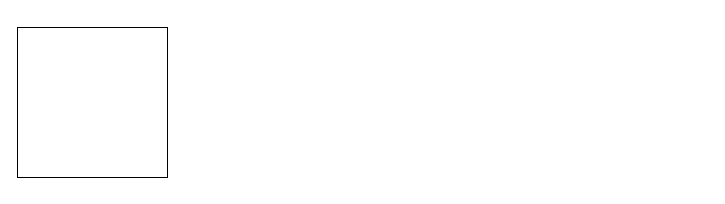
Above: TRINDED-DIAGS.drawio in khaledmo99/Cypress-05 (draw.io), before the change. Source tidied: cells renumbered, new cells numbered last; positions are measured from the earlier drawing's top-left corner, leaving out a move shared by most shapes. Both pictures are drawn from the tidied source at 100%, with x=0, y=0 at pixel (17, 27).
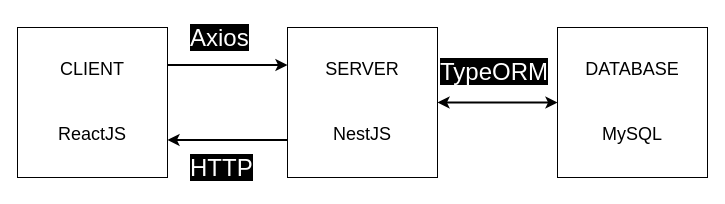
After the change.

Commit message (it also covers changes not shown here):
Mettre à jour TRINDED-DIAGS.drawio

The edit, as a diff of the source:
```diff
@@
 <mxGraphModel>
   <root>
     <mxCell id="0" />
     <mxCell id="1" parent="0" />
-    <mxCell id="2" style="whiteSpace=wrap;html=1;" parent="1" vertex="1">
+    <mxCell id="2" value="&lt;font style=&quot;font-size: 18px;&quot;&gt;CLIENT&lt;br&gt;&lt;/font&gt;&lt;br&gt;&lt;br&gt;&lt;br&gt;&lt;font style=&quot;font-size: 18px;&quot;&gt;ReactJS&lt;/font&gt;" style="whiteSpace=wrap;html=1;" parent="1" vertex="1">
       <mxGeometry width="150" height="150" as="geometry" />
     </mxCell>
+    <mxCell id="3" value="&lt;font style=&quot;font-size: 18px;&quot;&gt;SERVER&lt;/font&gt;&lt;br&gt;&lt;br&gt;&lt;br&gt;&lt;br&gt;&lt;font style=&quot;font-size: 18px;&quot;&gt;NestJS&lt;/font&gt;" style="whiteSpace=wrap;html=1;" parent="1" vertex="1">
+      <mxGeometry x="270" width="150" height="150" as="geometry" />
+    </mxCell>
+    <mxCell id="4" value="&lt;font style=&quot;font-size: 18px;&quot;&gt;DATABASE&lt;/font&gt;&lt;br&gt;&lt;br&gt;&lt;br&gt;&lt;br&gt;&lt;font style=&quot;font-size: 18px;&quot;&gt;MySQL&lt;/font&gt;" style="whiteSpace=wrap;html=1;" parent="1" vertex="1">
+      <mxGeometry x="540" width="150" height="150" as="geometry" />
+    </mxCell>
+    <mxCell id="5" style="endArrow=classic;html=1;rounded=0;exitX=1;exitY=0.25;exitDx=0;exitDy=0;entryX=0;entryY=0.25;entryDx=0;entryDy=0;curved=0;strokeWidth=2;" parent="1" edge="1" source="2" target="3">
+      <mxGeometry relative="1" as="geometry" />
+    </mxCell>
+    <mxCell id="6" style="endArrow=classic;html=1;rounded=0;exitX=0;exitY=0.75;exitDx=0;exitDy=0;entryX=1;entryY=0.75;entryDx=0;entryDy=0;strokeWidth=2;" parent="1" edge="1" source="3" target="2">
+      <mxGeometry relative="1" as="geometry" />
+    </mxCell>
+    <mxCell id="7" style="endArrow=classic;startArrow=classic;html=1;rounded=0;entryX=0;entryY=0.5;entryDx=0;entryDy=0;exitX=1;exitY=0.5;exitDx=0;exitDy=0;strokeWidth=2;" parent="1" edge="1" source="3" target="4">
+      <mxGeometry relative="1" as="geometry" />
+    </mxCell>
+    <mxCell id="8" value="&lt;div style=&quot;text-align: justify;&quot;&gt;&lt;span style=&quot;font-size: 24px; color: rgb(255, 255, 255); background-color: rgb(0, 0, 0); text-align: center;&quot;&gt;Axios&lt;/span&gt;&lt;/div&gt;" style="text;whiteSpace=wrap;html=1;" parent="1" vertex="1">
+      <mxGeometry x="171" y="-10" width="80" height="40" as="geometry" />
+    </mxCell>
+    <mxCell id="9" value="&lt;div style=&quot;text-align: justify;&quot;&gt;&lt;span style=&quot;font-size: 24px; text-align: center; background-color: rgb(0, 0, 0);&quot;&gt;&lt;font color=&quot;#ffffff&quot;&gt;HTTP&lt;/font&gt;&lt;/span&gt;&lt;/div&gt;" style="text;whiteSpace=wrap;html=1;" parent="1" vertex="1">
+      <mxGeometry x="171" y="120" width="80" height="40" as="geometry" />
+    </mxCell>
+    <mxCell id="10" value="&lt;div style=&quot;text-align: justify;&quot;&gt;&lt;span style=&quot;font-size: 24px; text-align: center; background-color: rgb(0, 0, 0);&quot;&gt;&lt;font color=&quot;#ffffff&quot;&gt;TypeORM&lt;/font&gt;&lt;/span&gt;&lt;/div&gt;" style="text;whiteSpace=wrap;html=1;" parent="1" vertex="1">
+      <mxGeometry x="421" y="23.6" width="100" height="36.4" as="geometry" />
+    </mxCell>
   </root>
 </mxGraphModel>
```
